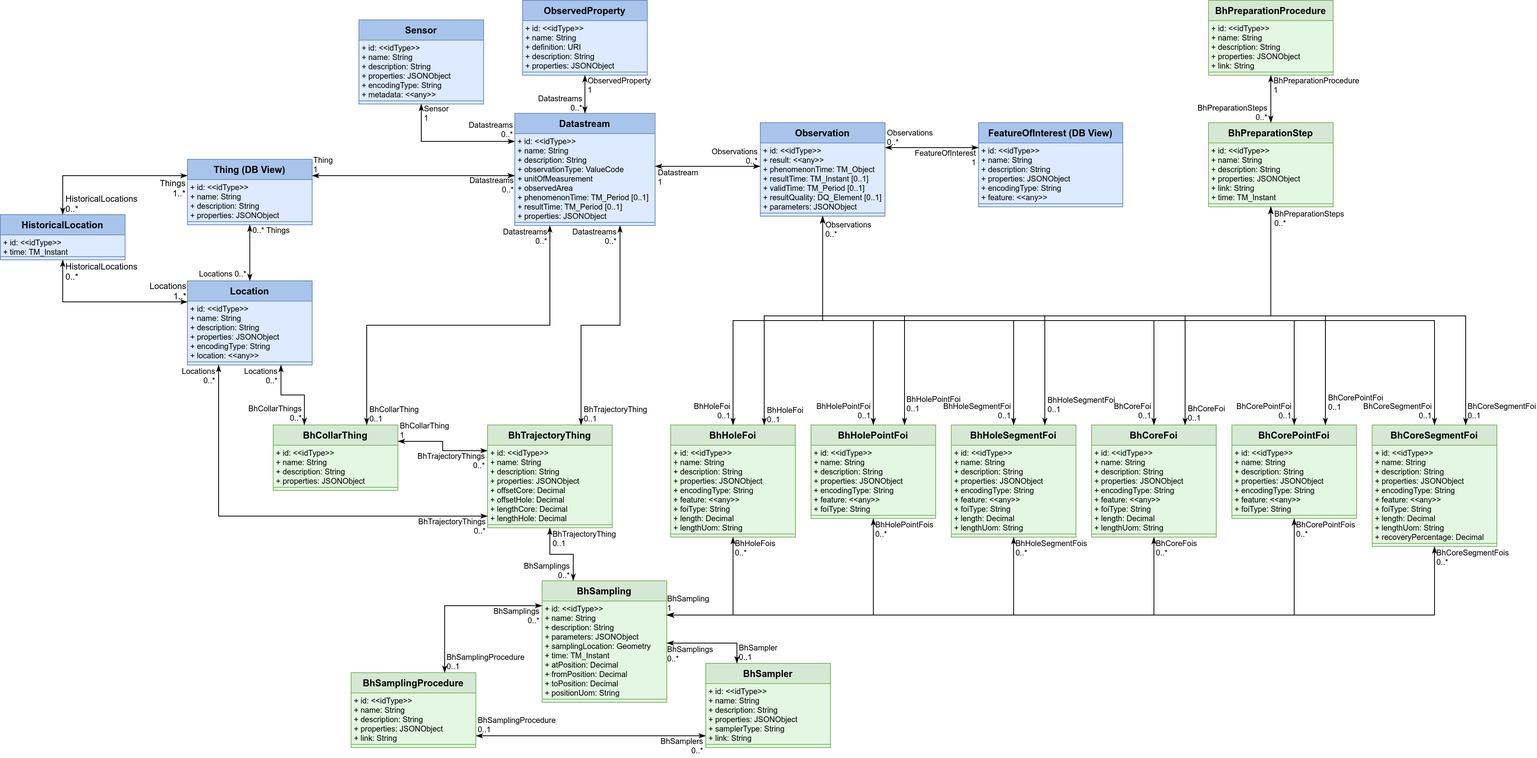
Earlier version of the draw.io export Datamodel-SensorThingsApi-GeoTech.drawio.png (hylkevds/FROST-Server.Plugin.GeoTech). Source tidied: cells renumbered, new cells last; positions are measured from the earlier drawing's top-left corner, leaving out a move shared by most shapes.
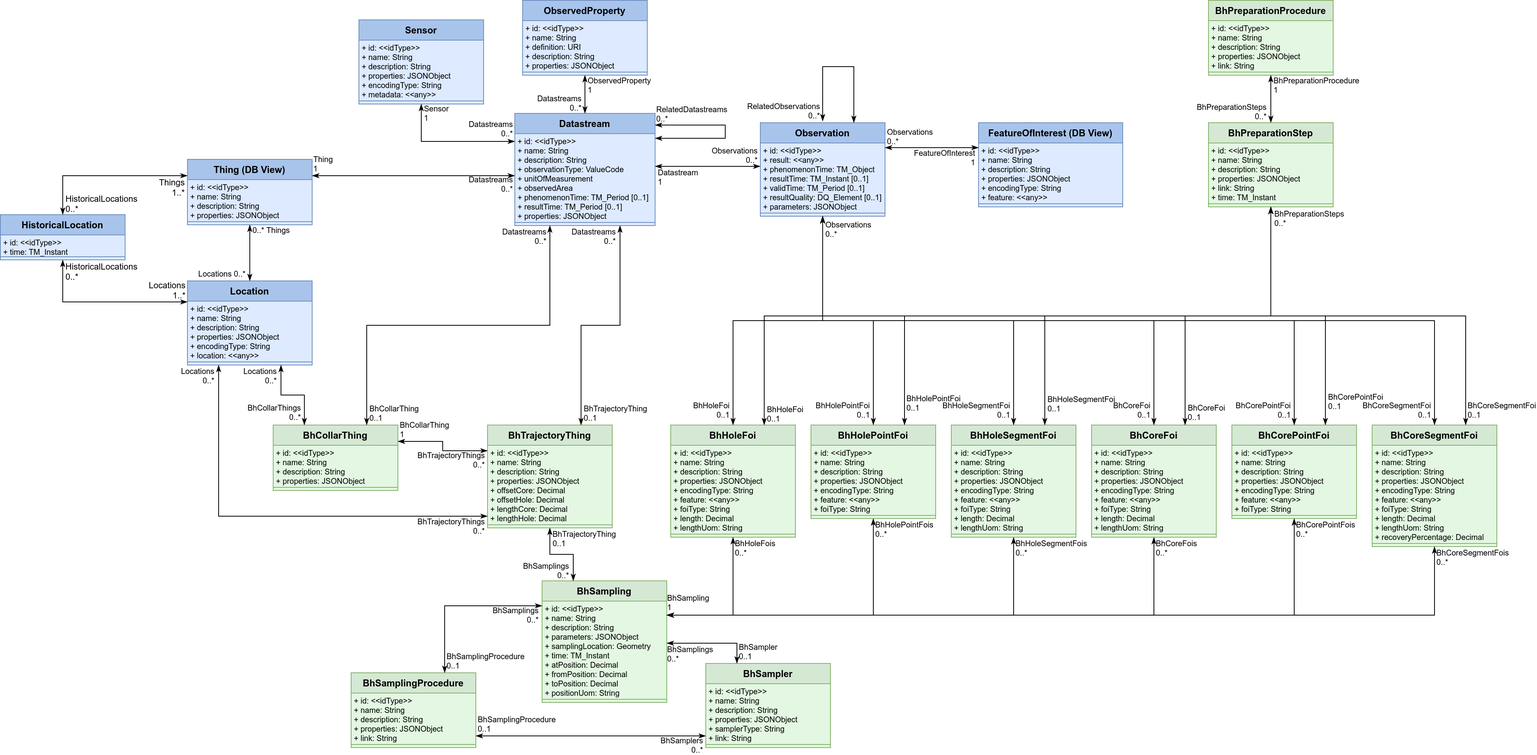
After the change.

Commit message:
Added Datastream and Observation self-relations

Change to the diagram source:
```diff
@@ -128,6 +128,18 @@
     <mxCell id="39" style="line;strokeWidth=1;fillColor=#dae8fc;align=left;verticalAlign=middle;spacingTop=-1;spacingLeft=3;spacingRight=3;labelPosition=right;strokeColor=#6c8ebf;" parent="29" vertex="1">
       <mxGeometry y="136" width="180" height="8" as="geometry" />
     </mxCell>
+    <mxCell id="277" style="endArrow=classicThin;html=1;edgeStyle=elbowEdgeStyle;rounded=0;fontSize=10;exitX=1;exitY=0.5;exitDx=0;exitDy=0;startArrow=classicThin;startFill=1;endFill=1;" parent="29" edge="1" source="30" target="29">
+      <mxGeometry relative="1" as="geometry">
+        <Array as="points">
+          <mxPoint x="270" y="15" />
+        </Array>
+      </mxGeometry>
+    </mxCell>
+    <mxCell id="278" value="&lt;div&gt;RelatedDatastreams&lt;/div&gt;&lt;div&gt;0..*&lt;br&gt;&lt;/div&gt;" style="edgeLabel;html=1;align=left;verticalAlign=bottom;labelBackgroundColor=none;fontSize=10;horizontal=1;spacing=2;" parent="277" vertex="1">
+      <mxGeometry x="1" relative="1" as="geometry">
+        <mxPoint y="1" as="offset" />
+      </mxGeometry>
+    </mxCell>
     <mxCell id="40" style="endArrow=classicThin;html=1;edgeStyle=orthogonalEdgeStyle;rounded=0;fontSize=10;exitX=1;exitY=0.25;exitDx=0;exitDy=0;entryX=0;entryY=0.5;entryDx=0;entryDy=0;startArrow=classicThin;startFill=1;endFill=1;" parent="1" edge="1" source="2" target="34">
       <mxGeometry relative="1" as="geometry" />
     </mxCell>
@@ -939,5 +951,18 @@
         <mxPoint x="1" y="-4" as="offset" />
       </mxGeometry>
     </mxCell>
+    <mxCell id="279" style="endArrow=classicThin;html=1;rounded=0;fontSize=10;exitX=0.75;exitY=0;exitDx=0;exitDy=0;startArrow=classicThin;startFill=1;endFill=1;edgeStyle=elbowEdgeStyle;elbow=vertical;" parent="1" edge="1" source="64">
+      <mxGeometry relative="1" as="geometry">
+        <mxPoint x="1055" y="155" as="targetPoint" />
+        <Array as="points">
+          <mxPoint x="1070" y="85" />
+        </Array>
+      </mxGeometry>
+    </mxCell>
+    <mxCell id="280" value="&lt;div&gt;RelatedObservations&lt;/div&gt;&lt;div&gt;0..*&lt;br&gt;&lt;/div&gt;" style="edgeLabel;html=1;align=right;verticalAlign=bottom;labelBackgroundColor=none;fontSize=10;horizontal=1;spacing=2;" parent="279" vertex="1">
+      <mxGeometry x="1" relative="1" as="geometry">
+        <mxPoint x="-2" y="2" as="offset" />
+      </mxGeometry>
+    </mxCell>
   </root>
 </mxGraphModel>
```
